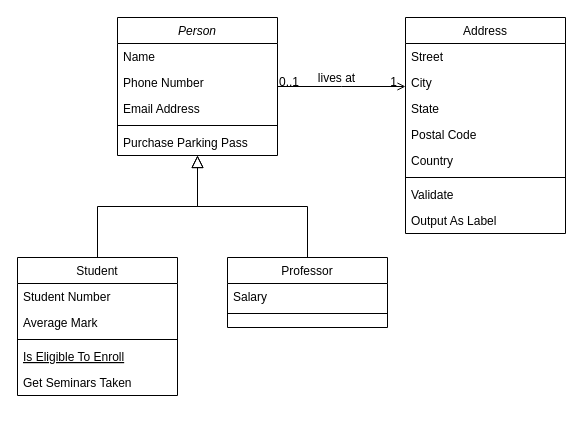
The draw.io diagram Untitled Diagram.drawio in lxplu/helloword, before the edit. Source tidied: cells renumbered, new cells numbered last; positions are measured from the earlier drawing's top-left corner, leaving out a move shared by most shapes. Both pictures are drawn from the tidied source at 100%, with x=0, y=0 at pixel (17, 17).
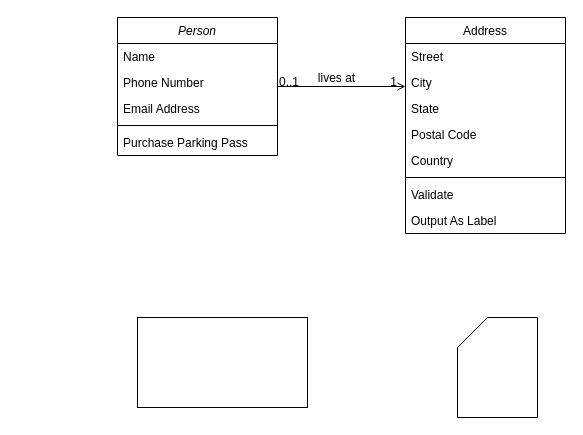
Above is the later version.

Unchanged cells that the change refers to:
```xml
<mxCell id="2" value="Person" style="swimlane;fontStyle=2;align=center;verticalAlign=top;horizontal=1;startSize=26;rounded=0;shadow=0;strokeWidth=1;" parent="1" vertex="1">
  <mxGeometry x="100" width="160" height="138" as="geometry" />
</mxCell>
```

What changed in the source:
```diff
@@
-    <mxCell id="8" value="Student" style="swimlane;fontStyle=0;align=center;verticalAlign=top;horizontal=1;startSize=26;rounded=0;shadow=0;strokeWidth=1;" parent="1" vertex="1">
-      <mxGeometry y="240" width="160" height="138" as="geometry" />
-    </mxCell>
-    <mxCell id="9" value="Student Number" style="text;align=left;verticalAlign=top;spacingLeft=4;spacingRight=4;overflow=hidden;" parent="8" vertex="1">
-      <mxGeometry y="26" width="160" height="26" as="geometry" />
-    </mxCell>
-    <mxCell id="10" value="Average Mark" style="text;align=left;verticalAlign=top;spacingLeft=4;spacingRight=4;overflow=hidden;rounded=0;shadow=0;html=0;" parent="8" vertex="1">
-      <mxGeometry y="52" width="160" height="26" as="geometry" />
-    </mxCell>
-    <mxCell id="11" style="line;html=1;strokeWidth=1;align=left;verticalAlign=middle;spacingTop=-1;spacingLeft=3;spacingRight=3;labelPosition=right;" parent="8" vertex="1">
-      <mxGeometry y="78" width="160" height="8" as="geometry" />
-    </mxCell>
-    <mxCell id="12" value="Is Eligible To Enroll" style="text;align=left;verticalAlign=top;spacingLeft=4;spacingRight=4;overflow=hidden;fontStyle=4;" parent="8" vertex="1">
-      <mxGeometry y="86" width="160" height="26" as="geometry" />
-    </mxCell>
-    <mxCell id="13" value="Get Seminars Taken" style="text;align=left;verticalAlign=top;spacingLeft=4;spacingRight=4;overflow=hidden;" parent="8" vertex="1">
-      <mxGeometry y="112" width="160" height="26" as="geometry" />
-    </mxCell>
-    <mxCell id="14" style="endArrow=block;endSize=10;endFill=0;shadow=0;strokeWidth=1;rounded=0;edgeStyle=elbowEdgeStyle;elbow=vertical;" parent="1" edge="1" source="8" target="2">
-      <mxGeometry relative="1" as="geometry" />
-    </mxCell>
-    <mxCell id="15" value="Professor" style="swimlane;fontStyle=0;align=center;verticalAlign=top;horizontal=1;startSize=26;rounded=0;shadow=0;strokeWidth=1;" parent="1" vertex="1">
-      <mxGeometry x="210" y="240" width="160" height="70" as="geometry" />
-    </mxCell>
-    <mxCell id="16" value="Salary" style="text;align=left;verticalAlign=top;spacingLeft=4;spacingRight=4;overflow=hidden;" parent="15" vertex="1">
-      <mxGeometry y="26" width="160" height="26" as="geometry" />
-    </mxCell>
-    <mxCell id="17" style="line;html=1;strokeWidth=1;align=left;verticalAlign=middle;spacingTop=-1;spacingLeft=3;spacingRight=3;labelPosition=right;" parent="15" vertex="1">
-      <mxGeometry y="52" width="160" height="8" as="geometry" />
-    </mxCell>
-    <mxCell id="18" style="endArrow=block;endSize=10;endFill=0;shadow=0;strokeWidth=1;rounded=0;edgeStyle=elbowEdgeStyle;elbow=vertical;" parent="1" edge="1" source="15" target="2">
-      <mxGeometry relative="1" as="geometry" />
-    </mxCell>
@@
+    <mxCell id="32" style="rounded=0;whiteSpace=wrap;html=1;" parent="1" vertex="1">
+      <mxGeometry x="120" y="300" width="170" height="90" as="geometry" />
+    </mxCell>
+    <mxCell id="33" style="shape=card;whiteSpace=wrap;html=1;" parent="1" vertex="1">
+      <mxGeometry x="440" y="300" width="80" height="100" as="geometry" />
+    </mxCell>
```
